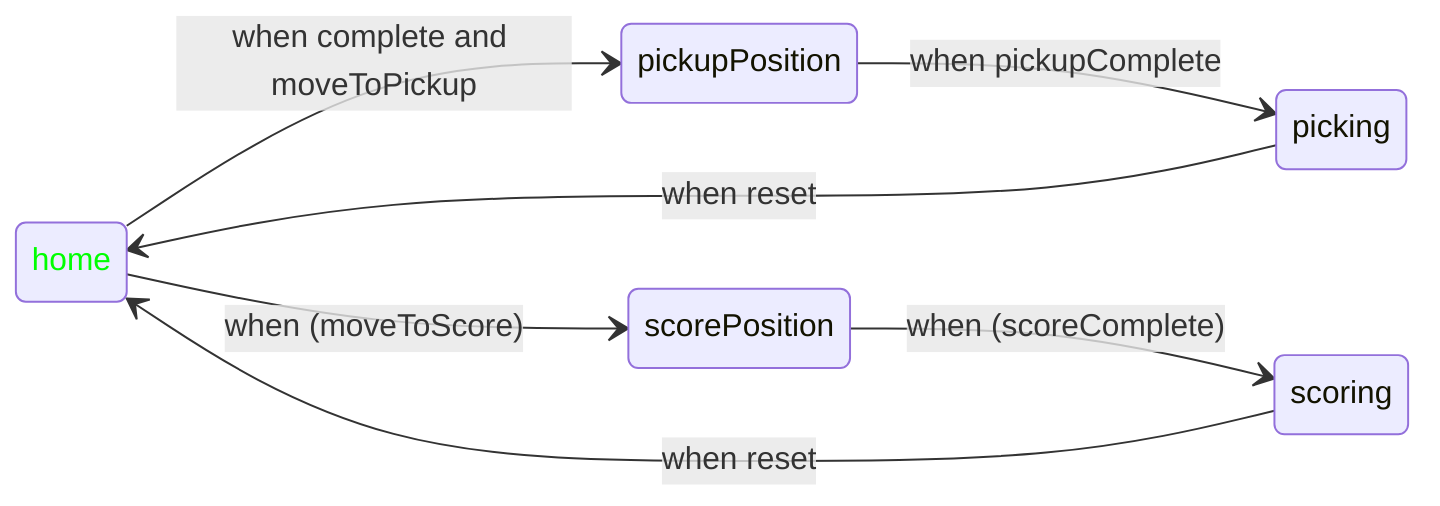
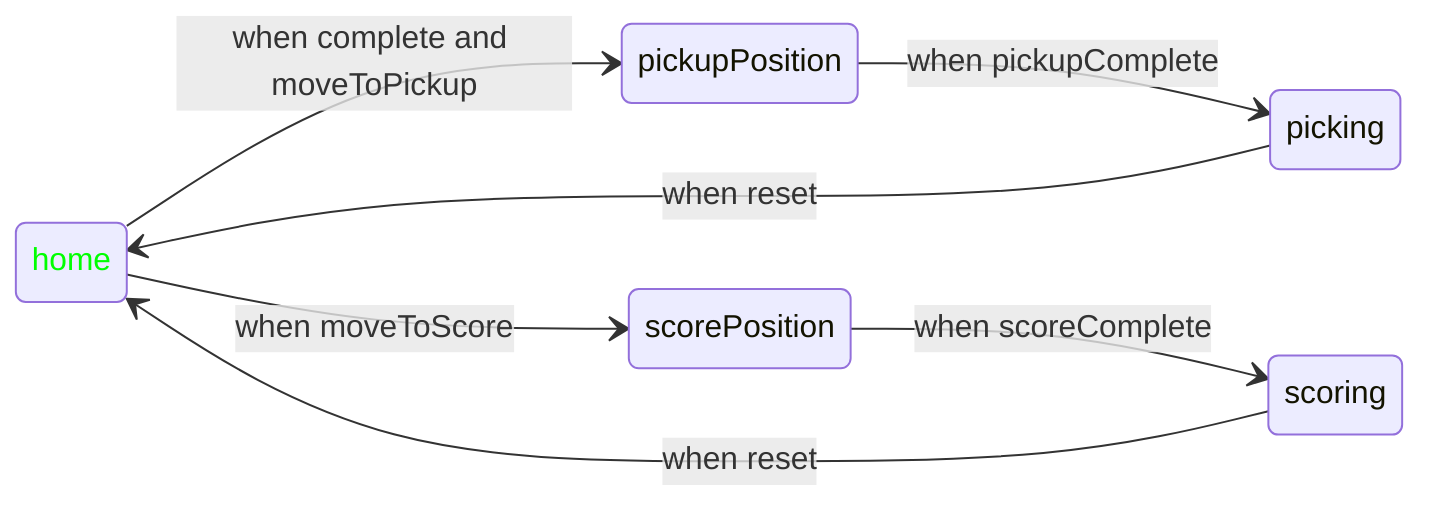
stateDiagram-v2
    direction LR

    home --> pickupPosition : when complete and moveToPickup
    pickupPosition --> picking : when pickupComplete
    picking --> home : when reset
-     home --> scorePosition : when (moveToScore)
-     scorePosition --> scoring : when (scoreComplete)
+     home --> scorePosition : when moveToScore
+     scorePosition --> scoring : when scoreComplete
    scoring --> home : when reset

    classDef initialState color:#00FF00
    class home initialState